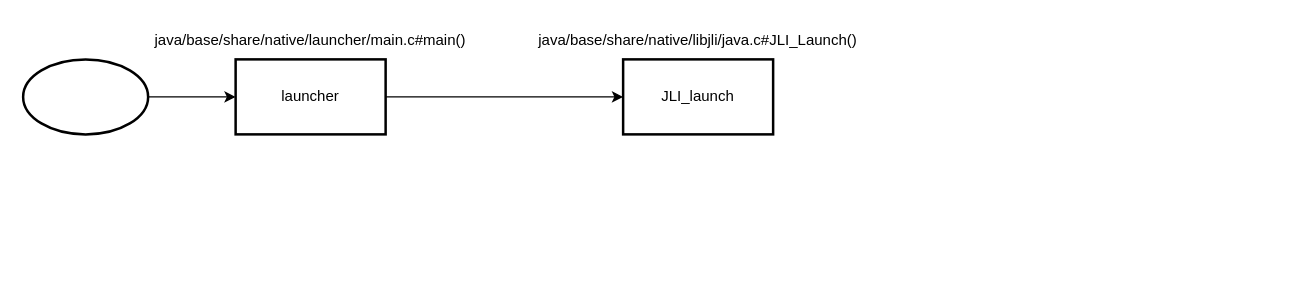
Above: java-se/jvm.drawio in Xianhuii/draw (draw.io), before the change. Source tidied: cells renumbered, new cells numbered last; positions are measured from the earlier drawing's top-left corner, leaving out a move shared by most shapes. Both pictures are drawn from the tidied source at 125%, with x=0, y=0 at pixel (22, 21).
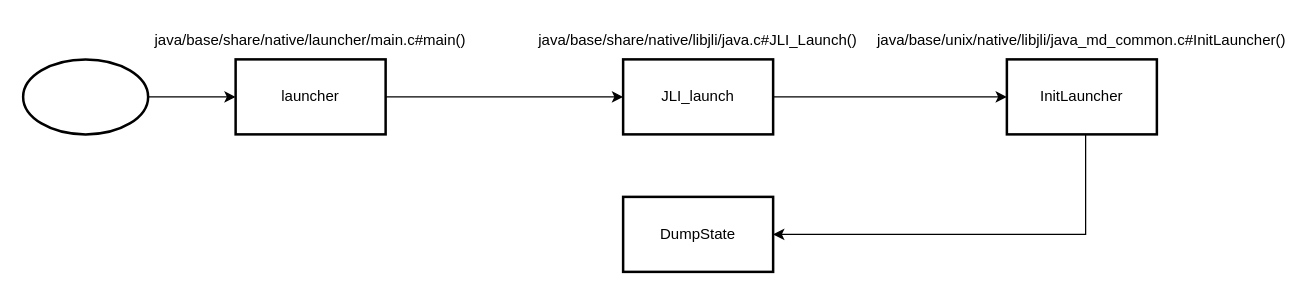
The same page after the edit.

Change to the diagram source:
```diff
@@
 <mxGraphModel>
   <root>
     <mxCell id="0" />
     <mxCell id="1" parent="0" />
     <mxCell id="2" value="java/base/share/native/launcher/main.c#main()" style="text;html=1;align=center;verticalAlign=middle;whiteSpace=wrap;rounded=0;" parent="1" vertex="1">
       <mxGeometry x="200" width="60" height="30" as="geometry" />
     </mxCell>
     <mxCell id="3" style="edgeStyle=orthogonalEdgeStyle;rounded=0;jettySize=auto;html=1;" parent="1" edge="1" source="4" target="6">
       <mxGeometry relative="1" as="geometry" />
     </mxCell>
     <mxCell id="4" style="strokeWidth=2;html=1;shape=mxgraph.flowchart.start_1;whiteSpace=wrap;" parent="1" vertex="1">
       <mxGeometry y="30" width="100" height="60" as="geometry" />
     </mxCell>
     <mxCell id="5" style="edgeStyle=orthogonalEdgeStyle;rounded=0;jettySize=auto;html=1;" parent="1" edge="1" source="6" target="7">
       <mxGeometry relative="1" as="geometry" />
     </mxCell>
     <mxCell id="6" value="launcher" style="whiteSpace=wrap;html=1;strokeWidth=2;" parent="1" vertex="1">
       <mxGeometry x="170" y="30" width="120" height="60" as="geometry" />
     </mxCell>
+    <mxCell id="9" style="edgeStyle=orthogonalEdgeStyle;rounded=0;jettySize=auto;html=1;" parent="1" edge="1" source="7" target="11">
+      <mxGeometry relative="1" as="geometry" />
+    </mxCell>
     <mxCell id="7" value="JLI_launch" style="whiteSpace=wrap;html=1;strokeWidth=2;" parent="1" vertex="1">
       <mxGeometry x="480" y="30" width="120" height="60" as="geometry" />
     </mxCell>
     <mxCell id="8" value="java/base/share/native/libjli/java.c#JLI_Launch()" style="text;html=1;align=center;verticalAlign=middle;whiteSpace=wrap;rounded=0;" parent="1" vertex="1">
       <mxGeometry x="510" width="60" height="30" as="geometry" />
     </mxCell>
+    <mxCell id="10" style="edgeStyle=orthogonalEdgeStyle;rounded=0;jettySize=auto;html=1;" parent="1" edge="1" source="11" target="13">
+      <mxGeometry relative="1" as="geometry">
+        <Array as="points">
+          <mxPoint x="850" y="170" />
+        </Array>
+      </mxGeometry>
+    </mxCell>
+    <mxCell id="11" value="InitLauncher" style="whiteSpace=wrap;html=1;strokeWidth=2;" parent="1" vertex="1">
+      <mxGeometry x="787" y="30" width="120" height="60" as="geometry" />
+    </mxCell>
+    <mxCell id="12" value="java/base/unix/native/libjli/java_md_common.c#InitLauncher()" style="text;html=1;align=center;verticalAlign=middle;whiteSpace=wrap;rounded=0;" parent="1" vertex="1">
+      <mxGeometry x="817" width="60" height="30" as="geometry" />
+    </mxCell>
+    <mxCell id="13" value="DumpState" style="whiteSpace=wrap;html=1;strokeWidth=2;" parent="1" vertex="1">
+      <mxGeometry x="480" y="140" width="120" height="60" as="geometry" />
+    </mxCell>
   </root>
 </mxGraphModel>
```
